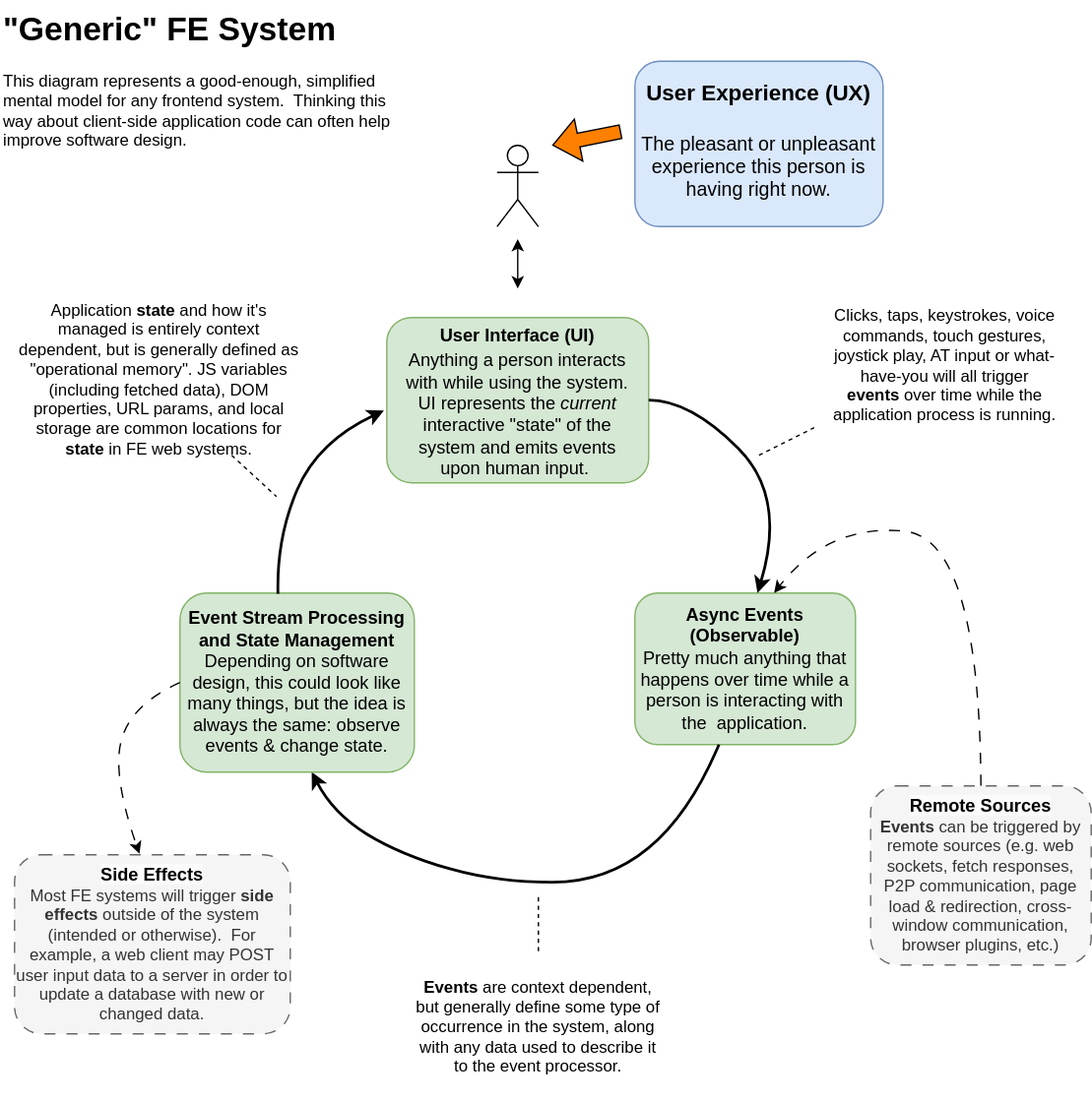
Earlier version of the draw.io export Generic-FE-System.drawio.svg (darthrellimnad/generic-fe-system). Source tidied: cells renumbered, new cells last; positions are measured from the earlier drawing's top-left corner, leaving out a move shared by most shapes.
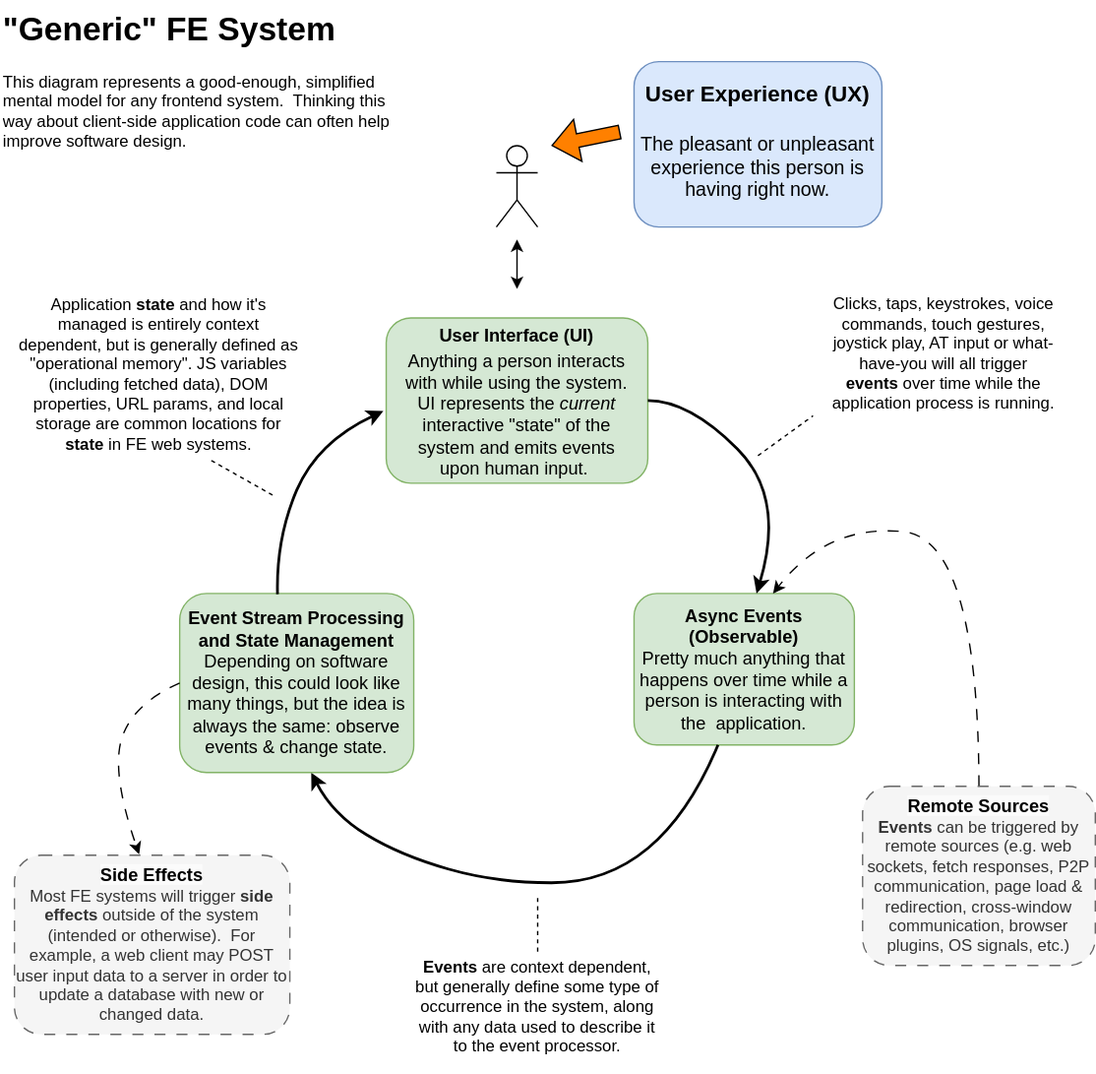
Later version of the same file.

Commit message:
minor copy & visual updates

The edit, as a diff of the source:
```diff
@@ -33,8 +33,8 @@
         </Array>
       </mxGeometry>
     </mxCell>
-    <mxCell id="8" value="&lt;b style=&quot;color: rgb(0, 0, 0); font-family: Helvetica; font-size: 13px; font-style: normal; font-variant-ligatures: normal; font-variant-caps: normal; letter-spacing: normal; orphans: 2; text-align: center; text-indent: 0px; text-transform: none; widows: 2; word-spacing: 0px; -webkit-text-stroke-width: 0px; white-space: normal; background-color: rgb(251, 251, 251); text-decoration-thickness: initial; text-decoration-style: initial; text-decoration-color: initial;&quot;&gt;Remote Sources&lt;/b&gt;&lt;div&gt;&lt;b&gt;Events&lt;/b&gt; can be triggered by remote sources (e.g. web sockets, fetch responses, P2P communication, page load &amp;amp; redirection, cross-window communication, browser plugins, etc.)&lt;/div&gt;" style="rounded=1;whiteSpace=wrap;html=1;shadow=0;glass=0;strokeColor=#666666;strokeWidth=1;perimeterSpacing=0;fillColor=#f5f5f5;fontColor=#333333;dashed=1;dashPattern=8 8;" parent="1" vertex="1">
-      <mxGeometry x="631" y="570" width="160" height="130" as="geometry" />
+    <mxCell id="8" value="&lt;b style=&quot;color: rgb(0, 0, 0); font-family: Helvetica; font-size: 13px; font-style: normal; font-variant-ligatures: normal; font-variant-caps: normal; letter-spacing: normal; orphans: 2; text-align: center; text-indent: 0px; text-transform: none; widows: 2; word-spacing: 0px; -webkit-text-stroke-width: 0px; white-space: normal; background-color: rgb(251, 251, 251); text-decoration-thickness: initial; text-decoration-style: initial; text-decoration-color: initial;&quot;&gt;Remote Sources&lt;/b&gt;&lt;div&gt;&lt;b&gt;Events&lt;/b&gt; can be triggered by remote sources (e.g. web sockets, fetch responses, P2P communication, page load &amp;amp; redirection, cross-window communication, browser plugins, OS signals, etc.)&lt;/div&gt;" style="rounded=1;whiteSpace=wrap;html=1;shadow=0;glass=0;strokeColor=#666666;strokeWidth=1;perimeterSpacing=0;fillColor=#f5f5f5;fontColor=#333333;dashed=1;dashPattern=8 8;" parent="1" vertex="1">
+      <mxGeometry x="626" y="570" width="169" height="130" as="geometry" />
     </mxCell>
     <mxCell id="9" value="&lt;b&gt;&lt;font style=&quot;font-size: 13px;&quot;&gt;Event Stream Processing and State Management&lt;/font&gt;&lt;/b&gt;&lt;div&gt;&lt;font style=&quot;font-size: 13px;&quot;&gt;Depending on software design, this could look like many things, but the idea is always the same: observe events &amp;amp; change state.&lt;/font&gt;&lt;/div&gt;" style="rounded=1;whiteSpace=wrap;html=1;fillColor=#d5e8d4;strokeColor=#82b366;" parent="1" vertex="1">
       <mxGeometry x="130" y="430" width="170" height="130" as="geometry" />
@@ -56,10 +56,10 @@
       </mxGeometry>
     </mxCell>
     <mxCell id="12" value="Clicks, taps, keystrokes, voice commands, touch gestures, joystick play, AT input or what-have-you will all trigger &lt;b&gt;events&lt;/b&gt;&amp;nbsp;over time while the application process is running." style="text;html=1;align=center;verticalAlign=middle;whiteSpace=wrap;rounded=0;" parent="1" vertex="1">
-      <mxGeometry x="590" y="220" width="190" height="90" as="geometry" />
+      <mxGeometry x="590" y="211" width="190" height="90" as="geometry" />
     </mxCell>
     <mxCell id="13" value="Application &lt;b&gt;state&lt;/b&gt;&amp;nbsp;and how it's managed is entirely context dependent, but is generally defined as &quot;operational memory&quot;. JS variables (including fetched data), DOM properties, URL params, and local storage are common locations for &lt;b&gt;state&lt;/b&gt;&amp;nbsp;in FE web systems." style="text;html=1;align=center;verticalAlign=middle;whiteSpace=wrap;rounded=0;" parent="1" vertex="1">
-      <mxGeometry x="10" y="220" width="210" height="110" as="geometry" />
+      <mxGeometry x="10" y="211" width="210" height="120" as="geometry" />
     </mxCell>
     <mxCell id="14" style="endArrow=none;dashed=1;html=1;rounded=0;entryX=0;entryY=1;entryDx=0;entryDy=0;" parent="1" edge="1" target="12">
       <mxGeometry relative="1" as="geometry">
@@ -72,9 +72,9 @@
       </mxGeometry>
     </mxCell>
     <mxCell id="16" value="&lt;b&gt;Events&lt;/b&gt;&amp;nbsp;are context dependent, but generally define some type of occurrence in the system, along with any data used to describe it to the event processor." style="text;html=1;align=center;verticalAlign=middle;whiteSpace=wrap;rounded=0;" parent="1" vertex="1">
-      <mxGeometry x="300" y="690" width="180" height="110" as="geometry" />
+      <mxGeometry x="300" y="690" width="180" height="80" as="geometry" />
     </mxCell>
-    <mxCell id="17" style="endArrow=none;dashed=1;html=1;rounded=0;exitX=0.75;exitY=1;exitDx=0;exitDy=0;" parent="1" edge="1" source="13">
+    <mxCell id="17" style="endArrow=none;dashed=1;html=1;rounded=0;exitX=0.681;exitY=1.021;exitDx=0;exitDy=0;exitPerimeter=0;" parent="1" edge="1" source="13">
       <mxGeometry relative="1" as="geometry">
         <mxPoint x="200" y="360" as="targetPoint" />
       </mxGeometry>
@@ -108,5 +108,8 @@
     <mxCell id="23" value="&lt;h1 style=&quot;margin-top: 0px;&quot;&gt;&lt;font style=&quot;font-size: 16px;&quot;&gt;User Experience (UX)&lt;/font&gt;&lt;/h1&gt;&lt;p style=&quot;&quot;&gt;&lt;font style=&quot;font-size: 14px;&quot;&gt;The pleasant or unpleasant experience this person is having right now.&lt;/font&gt;&lt;/p&gt;" style="text;html=1;whiteSpace=wrap;overflow=hidden;rounded=1;fillColor=#dae8fc;strokeColor=#6c8ebf;align=center;" parent="1" vertex="1">
       <mxGeometry x="460" y="44" width="180" height="120" as="geometry" />
     </mxCell>
+    <mxCell id="24" style="edgeStyle=orthogonalEdgeStyle;rounded=0;orthogonalLoop=1;jettySize=auto;html=1;exitX=0.5;exitY=1;exitDx=0;exitDy=0;" parent="1" edge="1" source="16" target="16">
+      <mxGeometry relative="1" as="geometry" />
+    </mxCell>
   </root>
 </mxGraphModel>
```
